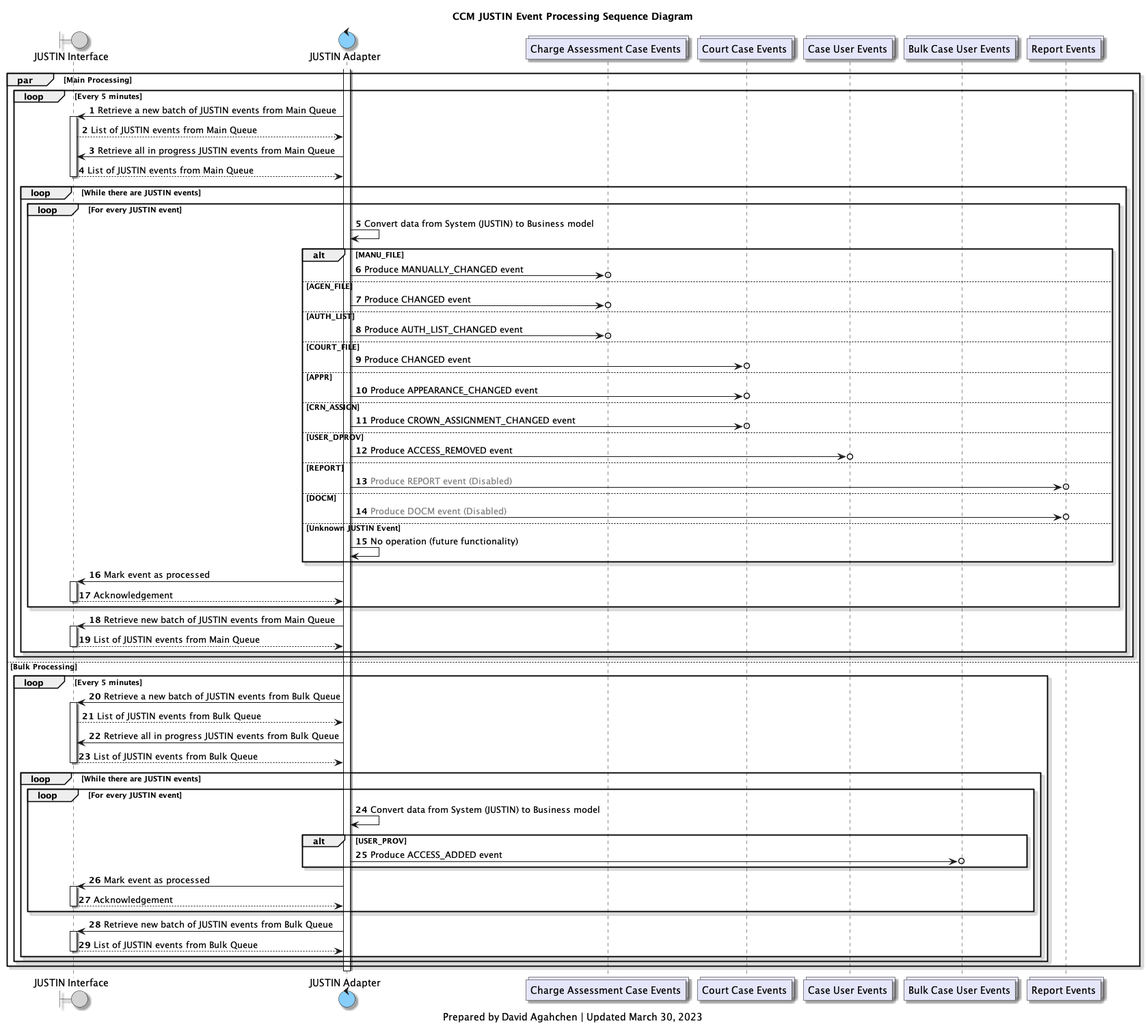
Earlier version of the PlantUML export diagrams/img/ccm_justin_event_processing_sequence_diagram.png (bcgov/jpss-jade-ccm). Its source is kept beside it as diagrams/ccm_justin_event_processing_sequence_diagram.plantuml.
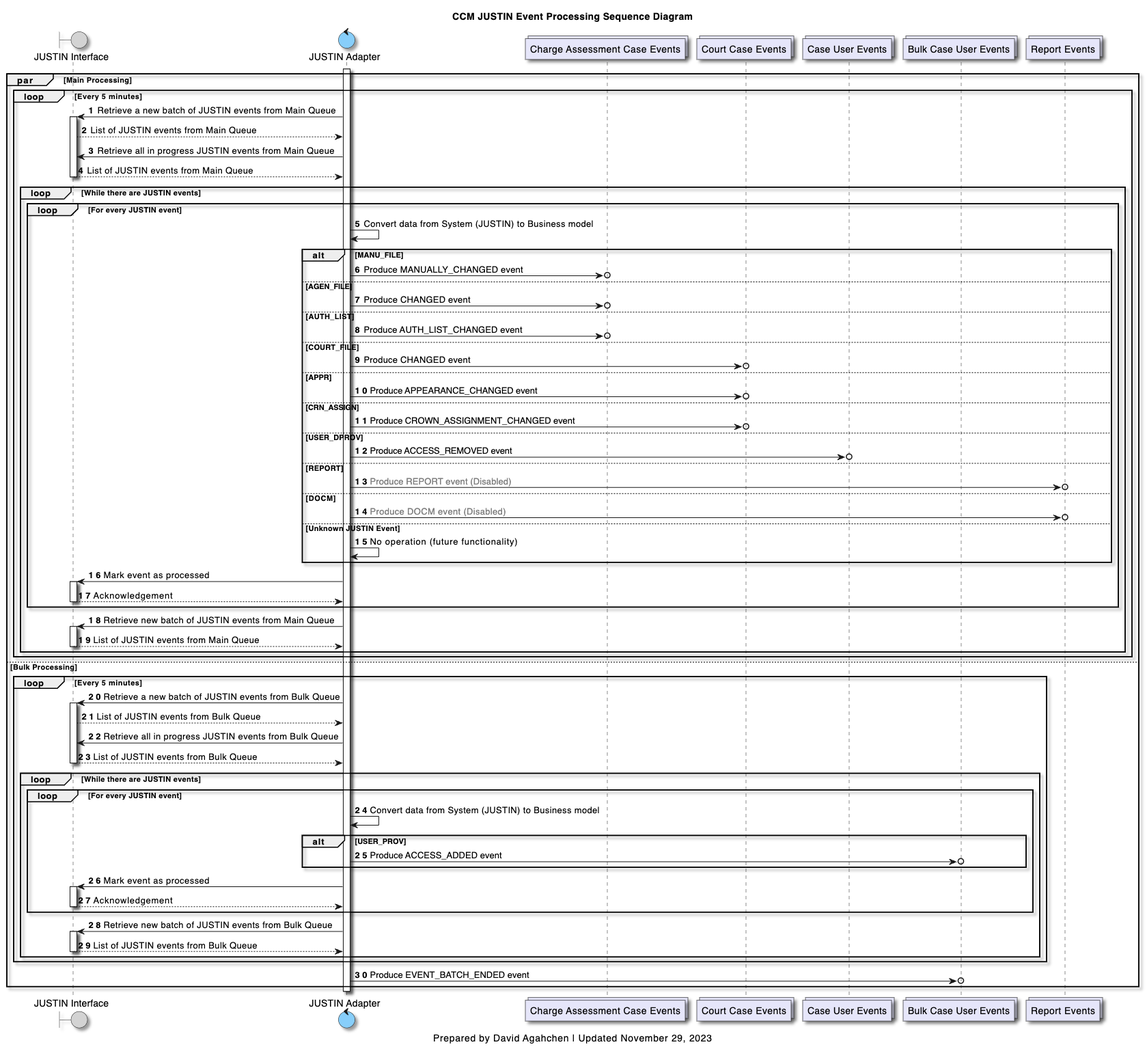
Above is the later version.

Diff of the diagram source:
```diff
@@ -98,10 +98,12 @@
         end
     end
 
+    j_adapter ->o bulk_case_users_topic : Produce EVENT_BATCH_ENDED event
+
 end
 deactivate j_adapter
 
 caption
-Prepared by David Agahchen | Updated March 30, 2023
+Prepared by David Agahchen | Updated November 29, 2023
 end caption
 @enduml
```
